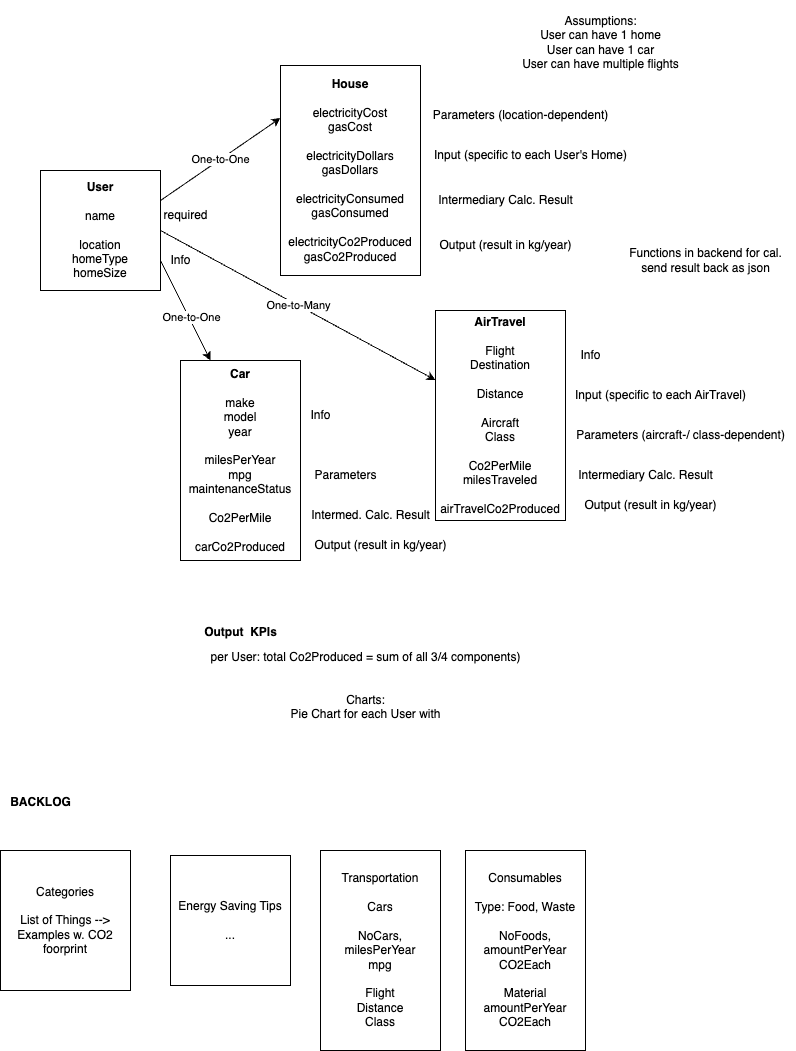
oki99doki/CO2day keeps this draw.io diagram as assets/concept.png. Above is the earlier version. Source tidied: cells renumbered, new cells last; positions are measured from the earlier drawing's top-left corner, leaving out a move shared by most shapes.
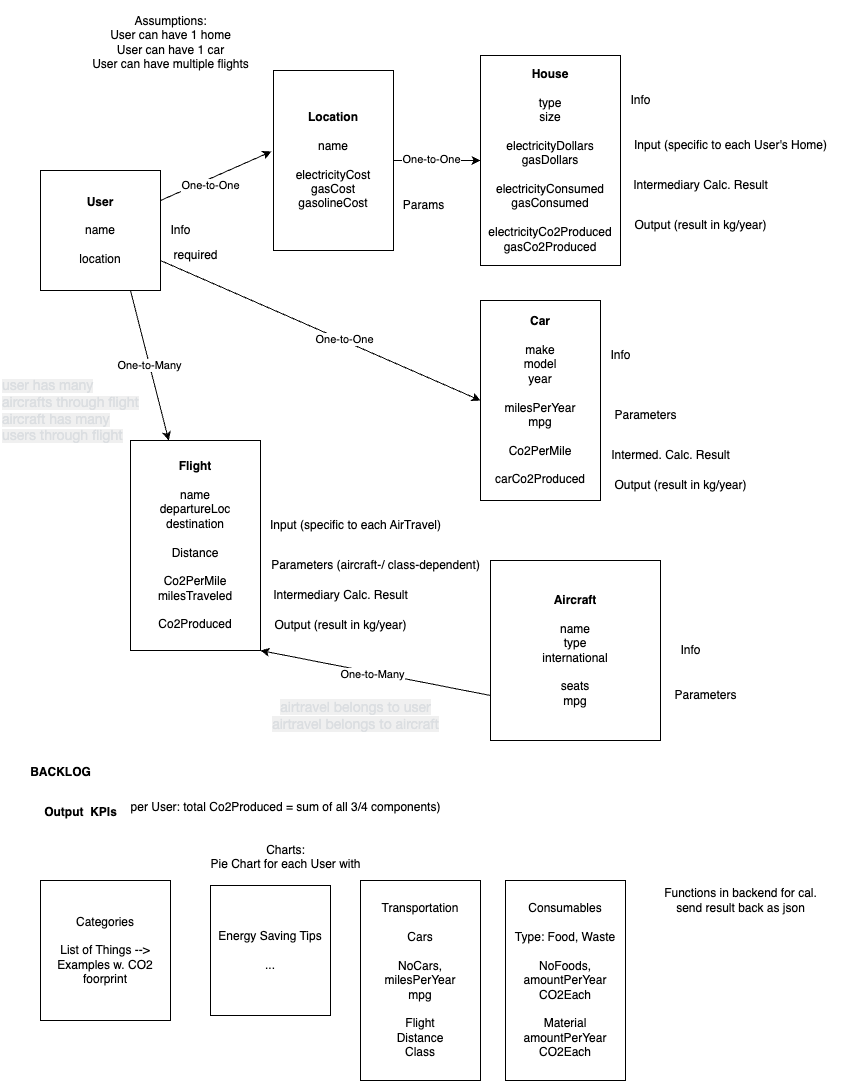
After the commit.

Commit message:
update Schema/ Models, add Variable Name List

Diff of the diagram source:
```diff
@@ -2,13 +2,10 @@
   <root>
     <mxCell id="0" />
     <mxCell id="1" parent="0" />
-    <mxCell id="2" value="One-to-One" style="edgeStyle=none;html=1;exitX=1;exitY=0.25;exitDx=0;exitDy=0;entryX=0;entryY=0.25;entryDx=0;entryDy=0;" parent="1" edge="1" source="6" target="7">
-      <mxGeometry relative="1" as="geometry" />
-    </mxCell>
-    <mxCell id="3" value="One-to-Many" style="edgeStyle=none;html=1;exitX=1;exitY=0.5;exitDx=0;exitDy=0;" parent="1" edge="1" source="6" target="13">
+    <mxCell id="3" value="One-to-Many" style="edgeStyle=none;html=1;exitX=0.75;exitY=1;exitDx=0;exitDy=0;" parent="1" edge="1" source="6" target="13">
       <mxGeometry relative="1" as="geometry" />
     </mxCell>
-    <mxCell id="4" style="edgeStyle=none;html=1;exitX=1;exitY=0.75;exitDx=0;exitDy=0;entryX=0.25;entryY=0;entryDx=0;entryDy=0;" parent="1" edge="1" source="6" target="26">
+    <mxCell id="4" style="edgeStyle=none;html=1;exitX=1;exitY=0.75;exitDx=0;exitDy=0;entryX=0;entryY=0.5;entryDx=0;entryDy=0;" parent="1" edge="1" source="6" target="26">
       <mxGeometry relative="1" as="geometry" />
     </mxCell>
     <mxCell id="5" value="One-to-One" style="edgeLabel;html=1;align=center;verticalAlign=middle;" parent="4" vertex="1">
@@ -16,89 +13,132 @@
         <mxPoint x="1" as="offset" />
       </mxGeometry>
     </mxCell>
+    <mxCell id="34" style="edgeStyle=none;html=1;exitX=1;exitY=0.25;exitDx=0;exitDy=0;entryX=-0.017;entryY=0.45;entryDx=0;entryDy=0;entryPerimeter=0;" parent="1" edge="1" source="6" target="38">
+      <mxGeometry relative="1" as="geometry" />
+    </mxCell>
+    <mxCell id="35" value="One-to-One" style="edgeLabel;html=1;align=center;verticalAlign=middle;" parent="34" vertex="1">
+      <mxGeometry x="-0.42" y="1" relative="1" as="geometry">
+        <mxPoint x="18" as="offset" />
+      </mxGeometry>
+    </mxCell>
-    <mxCell id="6" value="&lt;b&gt;User&lt;/b&gt;&lt;br&gt;&lt;br&gt;name&lt;br&gt;&lt;br&gt;location&lt;br&gt;homeType&lt;br&gt;homeSize" style="rounded=0;whiteSpace=wrap;html=1;" parent="1" vertex="1">
-      <mxGeometry x="40" y="170" width="120" height="120" as="geometry" />
+    <mxCell id="6" value="&lt;b&gt;User&lt;/b&gt;&lt;br&gt;&lt;br&gt;name&lt;br&gt;&lt;br&gt;location&lt;br&gt;" style="rounded=0;whiteSpace=wrap;html=1;" parent="1" vertex="1">
+      <mxGeometry y="180" width="120" height="120" as="geometry" />
     </mxCell>
-    <mxCell id="7" value="&lt;b&gt;House&lt;/b&gt;&lt;br&gt;&lt;br&gt;electricityCost&lt;br&gt;gasCost&lt;br&gt;&lt;br&gt;electricityDollars&lt;br&gt;gasDollars&lt;br&gt;&lt;br&gt;electricityConsumed&lt;br&gt;gasConsumed&lt;br&gt;&lt;br&gt;electricityCo2Produced&lt;br&gt;gasCo2Produced" style="rounded=0;whiteSpace=wrap;html=1;" parent="1" vertex="1">
-      <mxGeometry x="280" y="65" width="140" height="210" as="geometry" />
+    <mxCell id="7" value="&lt;b&gt;House&lt;/b&gt;&lt;br&gt;&lt;br&gt;type&lt;br&gt;size&lt;br&gt;&lt;br&gt;electricityDollars&lt;br&gt;gasDollars&lt;br&gt;&lt;br&gt;electricityConsumed&lt;br&gt;gasConsumed&lt;br&gt;&lt;br&gt;electricityCo2Produced&lt;br&gt;gasCo2Produced" style="rounded=0;whiteSpace=wrap;html=1;" parent="1" vertex="1">
+      <mxGeometry x="440" y="65" width="140" height="210" as="geometry" />
     </mxCell>
     <mxCell id="8" value="Categories&lt;br&gt;&lt;br&gt;List of Things --&amp;gt; Examples w. CO2 foorprint&lt;br&gt;" style="rounded=0;whiteSpace=wrap;html=1;" parent="1" vertex="1">
-      <mxGeometry y="850" width="130" height="140" as="geometry" />
+      <mxGeometry y="890" width="130" height="140" as="geometry" />
     </mxCell>
     <mxCell id="9" value="Transportation&lt;br&gt;&lt;br&gt;Cars&lt;br&gt;&lt;br&gt;NoCars, milesPerYear&lt;br&gt;mpg&lt;br&gt;&lt;br&gt;Flight&lt;br&gt;Distance&lt;br&gt;Class" style="rounded=0;whiteSpace=wrap;html=1;" parent="1" vertex="1">
-      <mxGeometry x="320" y="850" width="120" height="200" as="geometry" />
+      <mxGeometry x="320" y="890" width="120" height="200" as="geometry" />
     </mxCell>
     <mxCell id="10" value="Assumptions:&lt;br&gt;User can have 1 home&lt;br&gt;User can have 1 car&lt;br&gt;User can have multiple flights" style="text;html=1;align=center;verticalAlign=center;strokeColor=none;fillColor=none;" parent="1" vertex="1">
-      <mxGeometry x="510" width="180" height="70" as="geometry" />
+      <mxGeometry x="40" y="10" width="180" height="70" as="geometry" />
     </mxCell>
     <mxCell id="11" value="Consumables&lt;br&gt;&lt;br&gt;Type: Food, Waste&lt;br&gt;&lt;br&gt;NoFoods, amountPerYear&lt;br&gt;CO2Each&lt;br&gt;&lt;br&gt;Material&lt;br&gt;amountPerYear&lt;br&gt;CO2Each" style="rounded=0;whiteSpace=wrap;html=1;" parent="1" vertex="1">
-      <mxGeometry x="465" y="850" width="120" height="200" as="geometry" />
+      <mxGeometry x="465" y="890" width="120" height="200" as="geometry" />
     </mxCell>
     <mxCell id="12" value="Energy Saving Tips&lt;br&gt;&lt;br&gt;..." style="rounded=0;whiteSpace=wrap;html=1;" parent="1" vertex="1">
-      <mxGeometry x="170" y="855" width="120" height="130" as="geometry" />
+      <mxGeometry x="170" y="895" width="120" height="130" as="geometry" />
     </mxCell>
-    <mxCell id="13" value="&lt;b&gt;AirTravel&lt;/b&gt;&lt;br&gt;&lt;br&gt;Flight&lt;br&gt;Destination&lt;br&gt;&lt;br&gt;Distance&lt;br&gt;&lt;br&gt;Aircraft&lt;br&gt;Class&lt;br&gt;&lt;br&gt;Co2PerMile&lt;br&gt;milesTraveled&lt;br&gt;&lt;br&gt;airTravelCo2Produced" style="rounded=0;whiteSpace=wrap;html=1;" parent="1" vertex="1">
-      <mxGeometry x="435" y="310" width="130" height="210" as="geometry" />
+    <mxCell id="13" value="&lt;b&gt;Flight&lt;/b&gt;&lt;br&gt;&lt;br&gt;name&lt;br&gt;departureLoc&lt;br&gt;destination&lt;br&gt;&lt;br&gt;Distance&lt;br&gt;&lt;br&gt;Co2PerMile&lt;br&gt;milesTraveled&lt;br&gt;&lt;br&gt;Co2Produced" style="rounded=0;whiteSpace=wrap;html=1;" parent="1" vertex="1">
+      <mxGeometry x="90" y="450" width="130" height="210" as="geometry" />
     </mxCell>
     <mxCell id="14" value="Functions in backend for cal.&lt;br&gt;send result back as json&lt;br&gt;" style="text;html=1;align=center;verticalAlign=middle;strokeColor=none;fillColor=none;" parent="1" vertex="1">
-      <mxGeometry x="615" y="240" width="180" height="40" as="geometry" />
+      <mxGeometry x="610" y="890" width="180" height="40" as="geometry" />
     </mxCell>
-    <mxCell id="15" value="Parameters (location-dependent)" style="text;html=1;align=center;verticalAlign=middle;strokeColor=none;fillColor=none;" parent="1" vertex="1">
-      <mxGeometry x="420" y="100" width="200" height="30" as="geometry" />
-    </mxCell>
     <mxCell id="16" value="Input (specific to each User's Home)" style="text;html=1;align=center;verticalAlign=middle;strokeColor=none;fillColor=none;" parent="1" vertex="1">
-      <mxGeometry x="420" y="140" width="220" height="30" as="geometry" />
+      <mxGeometry x="580" y="140" width="220" height="30" as="geometry" />
     </mxCell>
     <mxCell id="17" value="Intermediary Calc. Result" style="text;html=1;align=center;verticalAlign=middle;strokeColor=none;fillColor=none;" parent="1" vertex="1">
-      <mxGeometry x="425" y="185" width="160" height="30" as="geometry" />
+      <mxGeometry x="580" y="180" width="160" height="30" as="geometry" />
     </mxCell>
     <mxCell id="18" value="Output (result in kg/year)" style="text;html=1;align=center;verticalAlign=middle;strokeColor=none;fillColor=none;" parent="1" vertex="1">
-      <mxGeometry x="425" y="230" width="160" height="30" as="geometry" />
+      <mxGeometry x="580" y="220" width="160" height="30" as="geometry" />
     </mxCell>
     <mxCell id="19" value="required" style="text;html=1;align=center;verticalAlign=middle;strokeColor=none;fillColor=none;" parent="1" vertex="1">
-      <mxGeometry x="150" y="200" width="70" height="30" as="geometry" />
+      <mxGeometry x="120" y="250" width="70" height="30" as="geometry" />
     </mxCell>
     <mxCell id="20" value="Info" style="text;html=1;align=center;verticalAlign=middle;strokeColor=none;fillColor=none;" parent="1" vertex="1">
-      <mxGeometry x="160" y="245" width="40" height="30" as="geometry" />
+      <mxGeometry x="120" y="225" width="40" height="30" as="geometry" />
     </mxCell>
     <mxCell id="21" value="Info" style="text;html=1;align=center;verticalAlign=middle;strokeColor=none;fillColor=none;" parent="1" vertex="1">
-      <mxGeometry x="570" y="340" width="40" height="30" as="geometry" />
+      <mxGeometry x="485" y="430" width="40" height="30" as="geometry" />
     </mxCell>
     <mxCell id="22" value="Input (specific to each AirTravel)" style="text;html=1;align=center;verticalAlign=middle;strokeColor=none;fillColor=none;" parent="1" vertex="1">
-      <mxGeometry x="565" y="380" width="190" height="30" as="geometry" />
+      <mxGeometry x="220" y="520" width="190" height="30" as="geometry" />
     </mxCell>
     <mxCell id="23" value="Parameters (aircraft-/ class-dependent)" style="text;html=1;align=center;verticalAlign=middle;strokeColor=none;fillColor=none;" parent="1" vertex="1">
-      <mxGeometry x="565" y="420" width="230" height="30" as="geometry" />
+      <mxGeometry x="220" y="560" width="230" height="30" as="geometry" />
     </mxCell>
     <mxCell id="24" value="Intermediary Calc. Result" style="text;html=1;align=center;verticalAlign=middle;strokeColor=none;fillColor=none;" parent="1" vertex="1">
-      <mxGeometry x="565" y="460" width="160" height="30" as="geometry" />
+      <mxGeometry x="220" y="590" width="160" height="30" as="geometry" />
     </mxCell>
     <mxCell id="25" value="Output (result in kg/year)" style="text;html=1;align=center;verticalAlign=middle;strokeColor=none;fillColor=none;" parent="1" vertex="1">
-      <mxGeometry x="570" y="490" width="160" height="30" as="geometry" />
+      <mxGeometry x="220" y="620" width="160" height="30" as="geometry" />
     </mxCell>
-    <mxCell id="26" value="&lt;b&gt;Car&lt;/b&gt;&lt;br&gt;&lt;br&gt;make&lt;br&gt;model&lt;br&gt;year&lt;br&gt;&lt;br&gt;milesPerYear&lt;br&gt;mpg&lt;br&gt;maintenanceStatus&lt;br&gt;&lt;br&gt;Co2PerMile&lt;br&gt;&lt;br&gt;carCo2Produced" style="rounded=0;whiteSpace=wrap;html=1;" parent="1" vertex="1">
-      <mxGeometry x="180" y="360" width="120" height="200" as="geometry" />
+    <mxCell id="26" value="&lt;b&gt;Car&lt;/b&gt;&lt;br&gt;&lt;br&gt;make&lt;br&gt;model&lt;br&gt;year&lt;br&gt;&lt;br&gt;milesPerYear&lt;br&gt;mpg&lt;br&gt;&lt;br&gt;Co2PerMile&lt;br&gt;&lt;br&gt;carCo2Produced" style="rounded=0;whiteSpace=wrap;html=1;" parent="1" vertex="1">
+      <mxGeometry x="440" y="310" width="120" height="200" as="geometry" />
     </mxCell>
     <mxCell id="27" value="Info" style="text;html=1;align=center;verticalAlign=middle;strokeColor=none;fillColor=none;" parent="1" vertex="1">
-      <mxGeometry x="300" y="400" width="40" height="30" as="geometry" />
+      <mxGeometry x="560" y="350" width="40" height="30" as="geometry" />
     </mxCell>
     <mxCell id="28" value="Parameters" style="text;html=1;align=center;verticalAlign=middle;strokeColor=none;fillColor=none;" parent="1" vertex="1">
-      <mxGeometry x="300" y="460" width="90" height="30" as="geometry" />
+      <mxGeometry x="560" y="410" width="90" height="30" as="geometry" />
     </mxCell>
     <mxCell id="29" value="Intermed. Calc. Result" style="text;html=1;align=center;verticalAlign=middle;strokeColor=none;fillColor=none;" parent="1" vertex="1">
-      <mxGeometry x="300" y="500" width="140" height="30" as="geometry" />
+      <mxGeometry x="560" y="450" width="140" height="30" as="geometry" />
     </mxCell>
     <mxCell id="30" value="Output (result in kg/year)" style="text;html=1;align=center;verticalAlign=middle;strokeColor=none;fillColor=none;" parent="1" vertex="1">
-      <mxGeometry x="300" y="530" width="160" height="30" as="geometry" />
+      <mxGeometry x="560" y="480" width="160" height="30" as="geometry" />
     </mxCell>
     <mxCell id="31" value="&lt;b&gt;BACKLOG&lt;/b&gt;" style="text;html=1;align=center;verticalAlign=center;strokeColor=none;fillColor=none;" parent="1" vertex="1">
-      <mxGeometry y="780" width="80" height="30" as="geometry" />
+      <mxGeometry x="-20" y="760" width="80" height="30" as="geometry" />
     </mxCell>
     <mxCell id="32" value="&lt;b&gt;Output&amp;nbsp; KPIs&lt;/b&gt;" style="text;html=1;align=center;verticalAlign=center;strokeColor=none;fillColor=none;" parent="1" vertex="1">
-      <mxGeometry x="190" y="610" width="100" height="30" as="geometry" />
+      <mxGeometry x="-10" y="800" width="100" height="30" as="geometry" />
     </mxCell>
     <mxCell id="33" value="per User: total Co2Produced = sum of all 3/4 components)&lt;br&gt;&lt;br&gt;&lt;br&gt;Charts:&lt;br&gt;Pie Chart for each User with" style="text;html=1;align=center;verticalAlign=middle;strokeColor=none;fillColor=none;" parent="1" vertex="1">
-      <mxGeometry x="200" y="640" width="330" height="90" as="geometry" />
+      <mxGeometry x="80" y="800" width="330" height="90" as="geometry" />
     </mxCell>
+    <mxCell id="36" style="edgeStyle=none;html=1;exitX=1;exitY=0.5;exitDx=0;exitDy=0;entryX=0;entryY=0.5;entryDx=0;entryDy=0;" parent="1" edge="1" source="38" target="7">
+      <mxGeometry relative="1" as="geometry" />
+    </mxCell>
+    <mxCell id="37" value="One-to-One" style="edgeLabel;html=1;align=center;verticalAlign=middle;" parent="36" vertex="1">
+      <mxGeometry x="-0.35" y="2" relative="1" as="geometry">
+        <mxPoint x="9" as="offset" />
+      </mxGeometry>
+    </mxCell>
+    <mxCell id="38" value="&lt;b&gt;Location&lt;/b&gt;&lt;br&gt;&lt;br&gt;name&lt;br&gt;&lt;br&gt;electricityCost&lt;br&gt;gasCost&lt;br&gt;gasolineCost" style="rounded=0;whiteSpace=wrap;html=1;" parent="1" vertex="1">
+      <mxGeometry x="233" y="80" width="120" height="180" as="geometry" />
+    </mxCell>
+    <mxCell id="39" value="Info" style="text;html=1;align=center;verticalAlign=middle;strokeColor=none;fillColor=none;" parent="1" vertex="1">
+      <mxGeometry x="580" y="95" width="40" height="30" as="geometry" />
+    </mxCell>
+    <mxCell id="40" value="Params" style="text;html=1;align=center;verticalAlign=middle;strokeColor=none;fillColor=none;" parent="1" vertex="1">
+      <mxGeometry x="353" y="200" width="60" height="30" as="geometry" />
+    </mxCell>
+    <mxCell id="41" style="edgeStyle=none;html=1;exitX=0;exitY=0.75;exitDx=0;exitDy=0;entryX=1;entryY=1;entryDx=0;entryDy=0;" parent="1" edge="1" source="43" target="13">
+      <mxGeometry relative="1" as="geometry" />
+    </mxCell>
+    <mxCell id="42" value="One-to-Many" style="edgeLabel;html=1;align=center;verticalAlign=middle;" parent="41" vertex="1">
+      <mxGeometry x="0.02" y="2" relative="1" as="geometry" />
+    </mxCell>
+    <mxCell id="43" value="&lt;b&gt;Aircraft&lt;/b&gt;&lt;br&gt;&lt;br&gt;name&lt;br&gt;type&lt;br&gt;international&lt;br&gt;&lt;br&gt;seats&lt;br&gt;mpg" style="whiteSpace=wrap;html=1;" parent="1" vertex="1">
+      <mxGeometry x="450" y="570" width="170" height="180" as="geometry" />
+    </mxCell>
+    <mxCell id="44" value="Parameters" style="text;html=1;align=center;verticalAlign=middle;strokeColor=none;fillColor=none;" parent="1" vertex="1">
+      <mxGeometry x="620" y="690" width="90" height="30" as="geometry" />
+    </mxCell>
+    <mxCell id="45" value="Info" style="text;html=1;align=center;verticalAlign=middle;strokeColor=none;fillColor=none;" parent="1" vertex="1">
+      <mxGeometry x="630" y="645" width="40" height="30" as="geometry" />
+    </mxCell>
+    <mxCell id="46" value="&lt;span style=&quot;color: oklab(0.899401 -0.00192499 -0.00481987); font-family: &amp;quot;gg sans&amp;quot;, &amp;quot;Noto Sans&amp;quot;, &amp;quot;Helvetica Neue&amp;quot;, Helvetica, Arial, sans-serif, &amp;quot;Apple Symbols&amp;quot;; font-style: normal; font-variant-ligatures: normal; font-variant-caps: normal; font-weight: 400; letter-spacing: normal; orphans: 2; text-align: left; text-indent: 0px; text-transform: none; widows: 2; word-spacing: 0px; -webkit-text-stroke-width: 0px; background-color: oklab(0.0852327 0.00000386313 0.00000170618 / 0.06); text-decoration-thickness: initial; text-decoration-style: initial; text-decoration-color: initial; float: none; display: inline !important;&quot;&gt;&lt;font style=&quot;font-size: 14px;&quot;&gt;user has many aircrafts through flight&lt;br&gt;aircraft has many users through flight&lt;/font&gt;&lt;/span&gt;" style="text;whiteSpace=wrap;html=1;" parent="1" vertex="1">
+      <mxGeometry x="-40" y="380" width="140" height="60" as="geometry" />
+    </mxCell>
+    <mxCell id="47" value="&lt;span style=&quot;color: oklab(0.899401 -0.00192499 -0.00481987); font-family: &amp;quot;gg sans&amp;quot;, &amp;quot;Noto Sans&amp;quot;, &amp;quot;Helvetica Neue&amp;quot;, Helvetica, Arial, sans-serif, &amp;quot;Apple Symbols&amp;quot;; text-align: left; background-color: oklab(0.0852327 0.00000386313 0.00000170618 / 0.06);&quot;&gt;&lt;font style=&quot;font-size: 14px;&quot;&gt;airtravel belongs to user&lt;br/&gt;airtravel belongs to aircraft&lt;/font&gt;&lt;/span&gt;" style="text;html=1;align=center;verticalAlign=middle;strokeColor=none;fillColor=none;fontSize=14;" parent="1" vertex="1">
+      <mxGeometry x="220" y="700" width="190" height="50" as="geometry" />
+    </mxCell>
   </root>
 </mxGraphModel>
```
